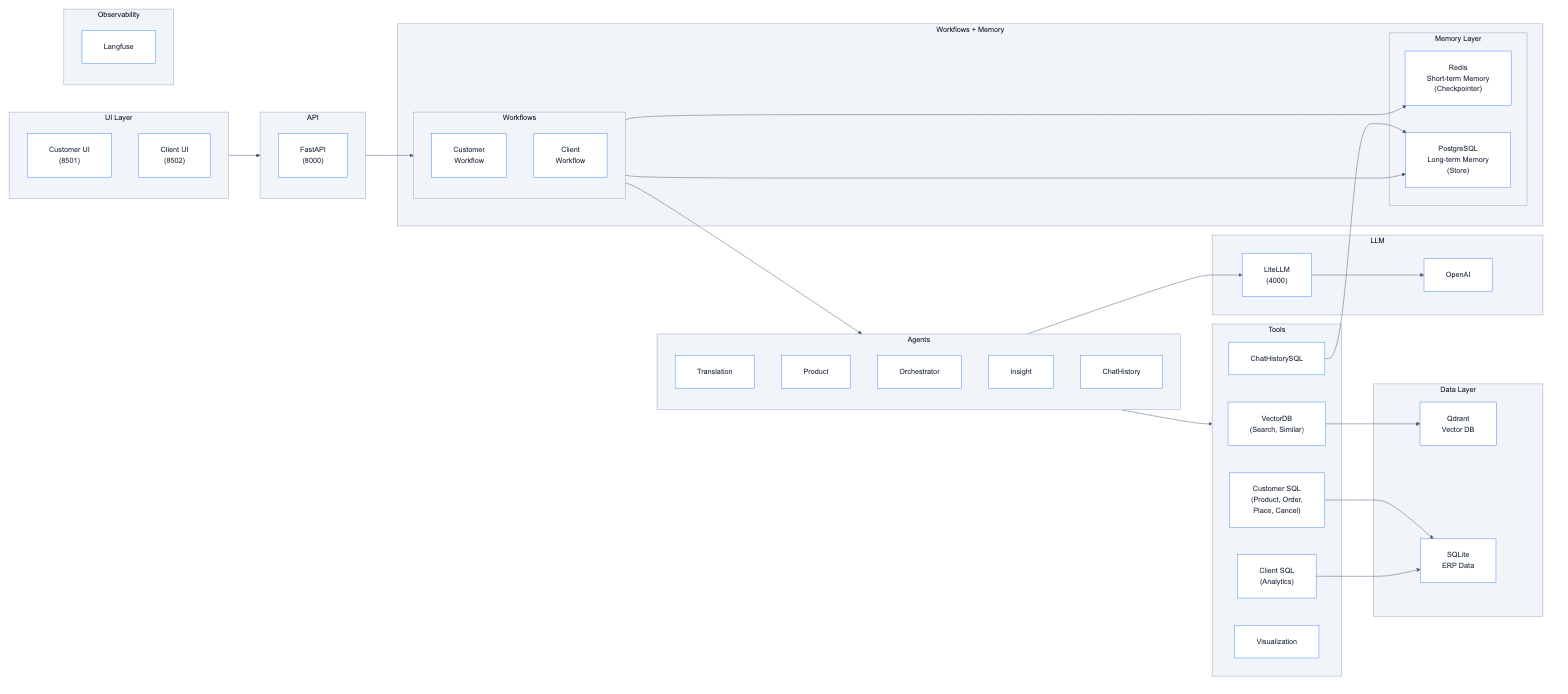
Earlier version of the Mermaid export docs/assets/diagrams/misc/README_1.png (mhokchuekchuek/mtl_agent). Its source is kept beside it as docs/assets/diagrams/misc/README_1.mmd. Its diagram source:
```mermaid
flowchart LR
    subgraph UI["UI Layer"]
        CustomerUI["Customer UI<br/>(8501)"]
        ClientUI["Client UI<br/>(8502)"]
    end

    subgraph API["API"]
        FastAPI["FastAPI<br/>(8000)"]
    end

    subgraph WF_Memory["Workflows + Memory"]
        direction TB
        subgraph Workflows["Workflows"]
            CustomerWF["Customer<br/>Workflow"]
            ClientWF["Client<br/>Workflow"]
        end
        subgraph Memory["Memory Layer"]
            Redis["Redis<br/>Short-term Memory<br/>(Checkpointer)"]
            Postgres["PostgreSQL<br/>Long-term Memory<br/>(Store)"]
        end
        Workflows ~~~ Memory
    end

    subgraph Agents["Agents"]
        Translation["Translation"]
        Product["Product"]
        Orchestrator["Orchestrator"]
        Insight["Insight"]
        ChatHistoryAgent["ChatHistory"]
    end

    subgraph Tools["Tools"]
        VectorTools["VectorDB<br/>(Search, Similar)"]
        CustomerSQL["Customer SQL<br/>(Product, Order,<br/>Place, Cancel)"]
        ClientSQL["Client SQL<br/>(Analytics)"]
        ChatHistorySQL["ChatHistorySQL"]
        Viz["Visualization"]
    end

    subgraph LLM["LLM"]
        LiteLLM["LiteLLM<br/>(4000)"]
        OpenAI["OpenAI"]
    end

    subgraph Data["Data Layer"]
        Qdrant["Qdrant<br/>Vector DB"]
        SQLite["SQLite<br/>ERP Data"]
    end

    subgraph Obs["Observability"]
        Langfuse["Langfuse"]
    end

    UI --> API --> Workflows --> Agents --> Tools
    Agents --> LiteLLM --> OpenAI
    VectorTools --> Qdrant
    CustomerSQL --> SQLite
    ClientSQL --> SQLite
    Workflows --> Redis
    Workflows --> Postgres
    ChatHistorySQL --> Postgres
```
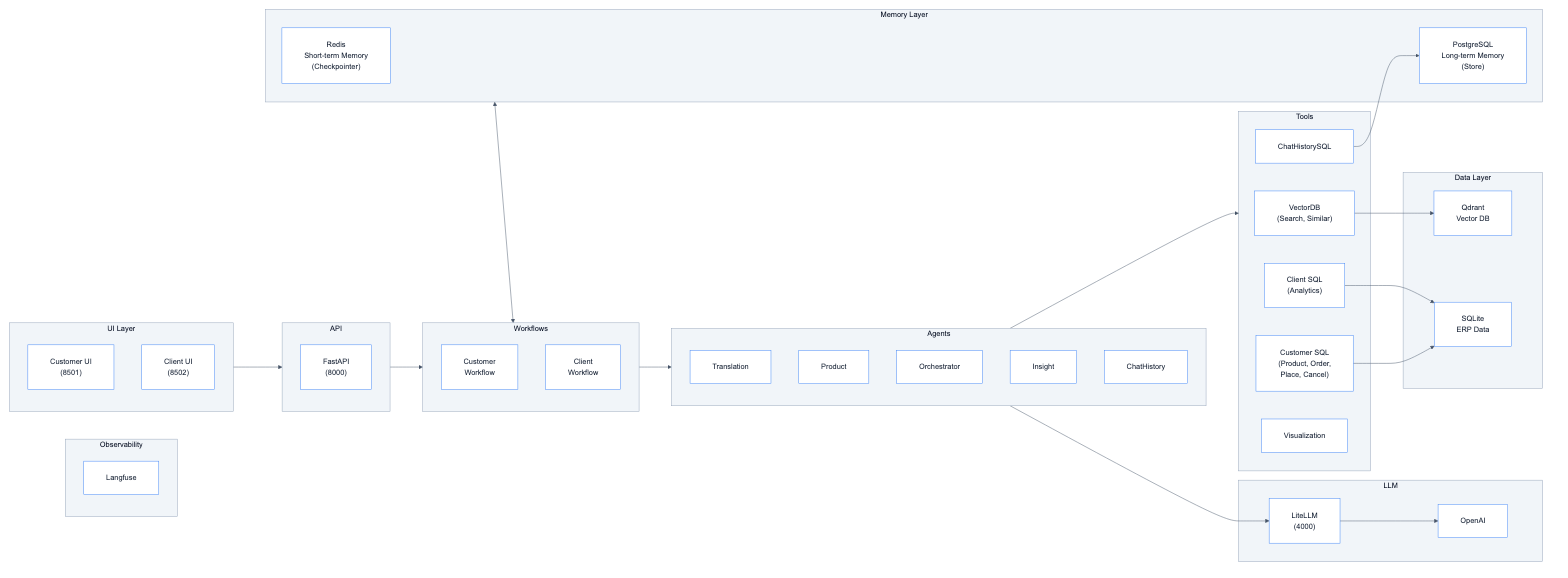
The same file after the commit.

What changed in the source:
```diff
@@ -1,4 +1,13 @@
 flowchart LR
+    subgraph Obs["Observability"]
+        Langfuse["Langfuse"]
+    end
+
+    subgraph Memory["Memory Layer"]
+        Redis["Redis<br/>Short-term Memory<br/>(Checkpointer)"]
+        Postgres["PostgreSQL<br/>Long-term Memory<br/>(Store)"]
+    end
+
     subgraph UI["UI Layer"]
         CustomerUI["Customer UI<br/>(8501)"]
         ClientUI["Client UI<br/>(8502)"]
@@ -8,17 +17,9 @@
         FastAPI["FastAPI<br/>(8000)"]
     end
 
-    subgraph WF_Memory["Workflows + Memory"]
-        direction TB
-        subgraph Workflows["Workflows"]
-            CustomerWF["Customer<br/>Workflow"]
-            ClientWF["Client<br/>Workflow"]
-        end
-        subgraph Memory["Memory Layer"]
-            Redis["Redis<br/>Short-term Memory<br/>(Checkpointer)"]
-            Postgres["PostgreSQL<br/>Long-term Memory<br/>(Store)"]
-        end
-        Workflows ~~~ Memory
+    subgraph Workflows["Workflows"]
+        CustomerWF["Customer<br/>Workflow"]
+        ClientWF["Client<br/>Workflow"]
     end
 
     subgraph Agents["Agents"]
@@ -47,15 +48,10 @@
         SQLite["SQLite<br/>ERP Data"]
     end
 
-    subgraph Obs["Observability"]
-        Langfuse["Langfuse"]
-    end
-
+    Memory <--> Workflows
     UI --> API --> Workflows --> Agents --> Tools
     Agents --> LiteLLM --> OpenAI
     VectorTools --> Qdrant
     CustomerSQL --> SQLite
     ClientSQL --> SQLite
-    Workflows --> Redis
-    Workflows --> Postgres
     ChatHistorySQL --> Postgres
```
